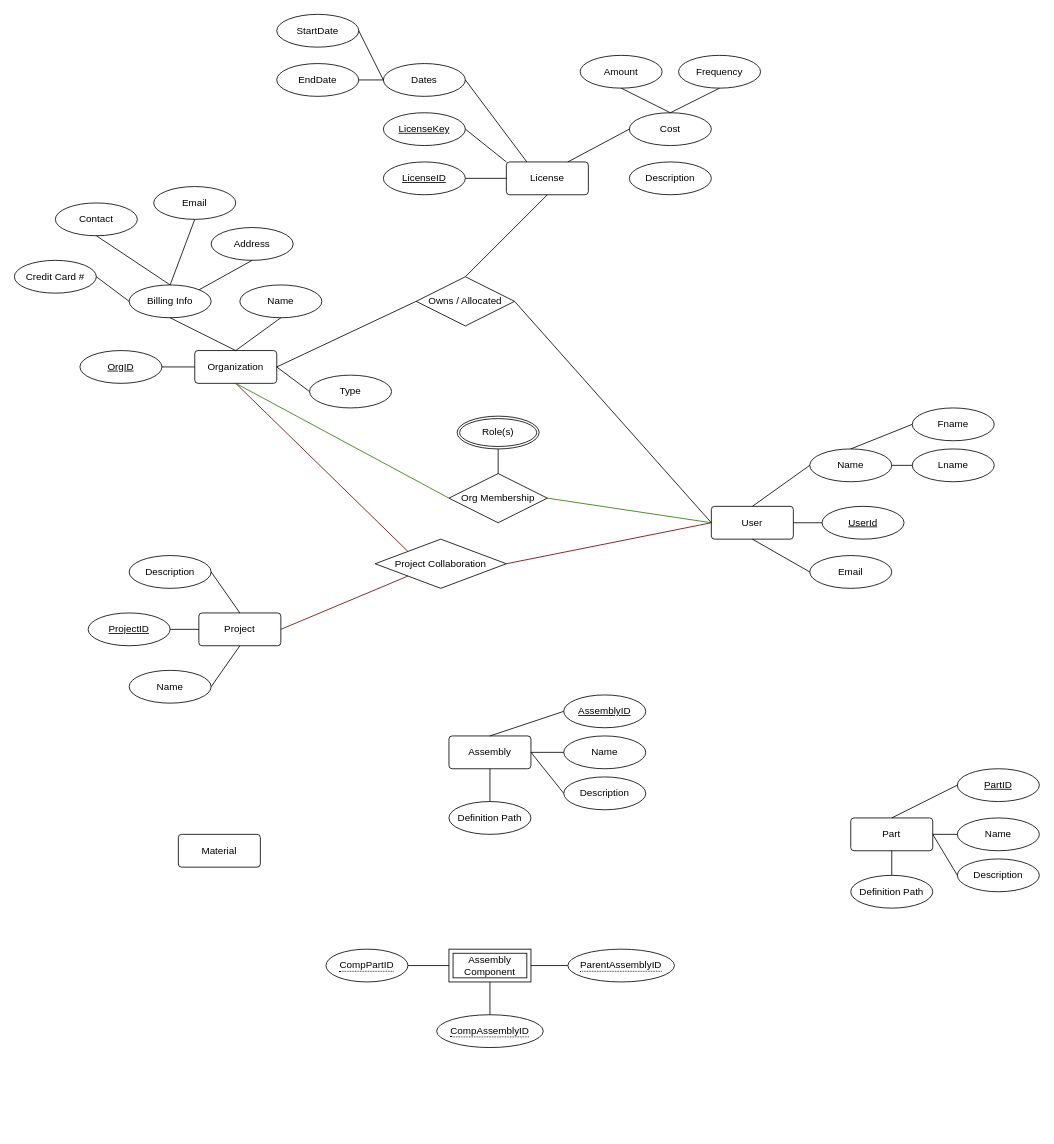
The draw.io diagram DBfinal.drawio in EricOrrDev/Diagrams, before the edit. Source tidied: cells renumbered, new cells numbered last; positions are measured from the earlier drawing's top-left corner, leaving out a move shared by most shapes. Both pictures are drawn from the tidied source at 82%, with x=0, y=0 at pixel (14, 14).
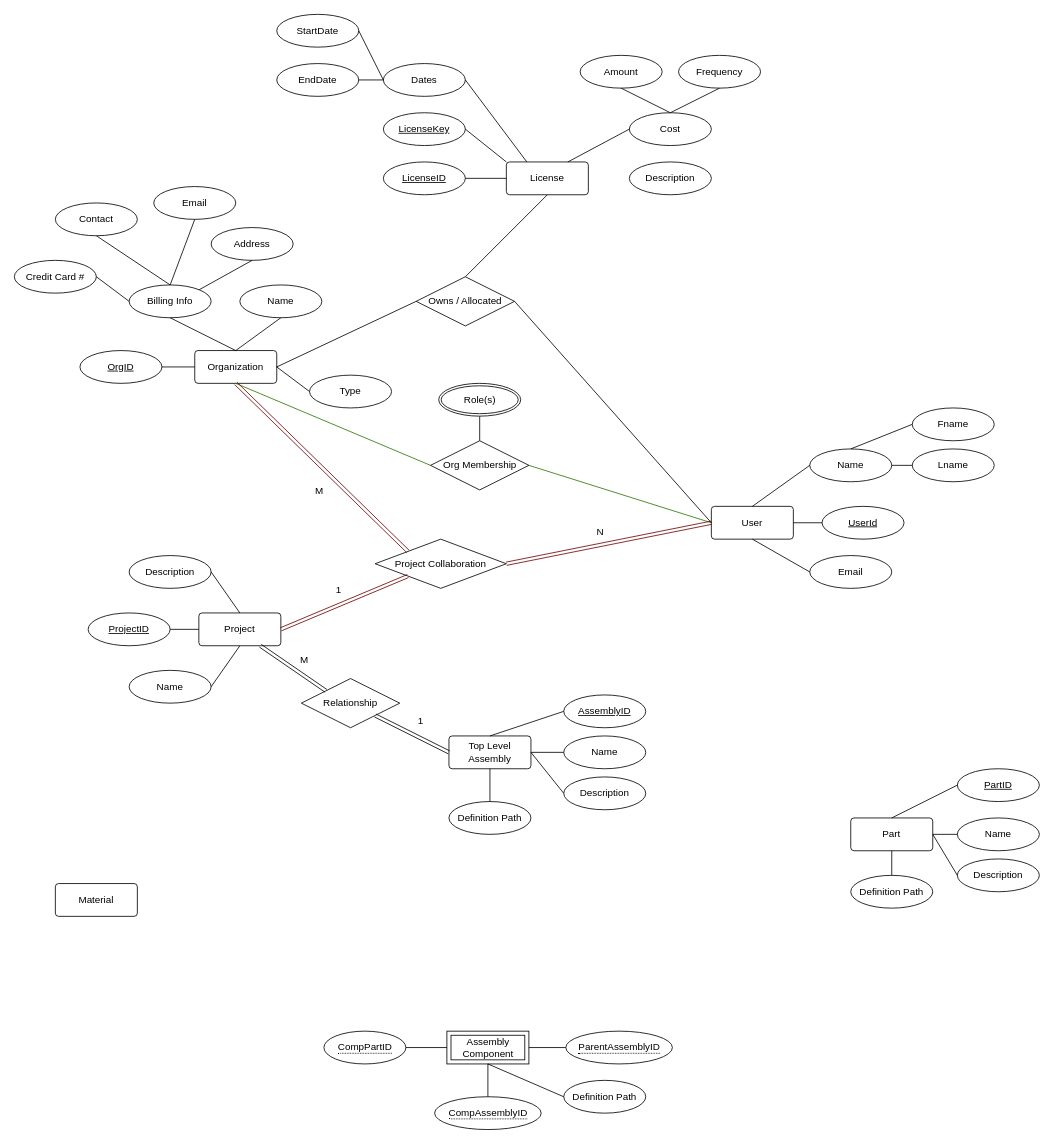
The same diagram, later.

Unchanged cells that the change refers to:
```xml
<mxCell id="4" value="&lt;div&gt;Organization&lt;/div&gt;" style="rounded=1;arcSize=10;whiteSpace=wrap;html=1;align=center;" parent="3" vertex="1">
  <mxGeometry x="220" y="200" width="100" height="40" as="geometry" />
</mxCell>
<mxCell id="20" value="User" style="rounded=1;arcSize=10;whiteSpace=wrap;html=1;align=center;" parent="19" vertex="1">
  <mxGeometry y="120" width="100" height="40" as="geometry" />
</mxCell>
<mxCell id="31" value="Project Collaboration" style="shape=rhombus;perimeter=rhombusPerimeter;whiteSpace=wrap;html=1;align=center;" parent="1" vertex="1">
  <mxGeometry x="440" y="640" width="160" height="60" as="geometry" />
</mxCell>
<mxCell id="36" value="&lt;div&gt;Project&lt;/div&gt;" style="rounded=1;arcSize=10;whiteSpace=wrap;html=1;align=center;" parent="35" vertex="1">
  <mxGeometry x="135" y="70" width="100" height="40" as="geometry" />
</mxCell>
<mxCell id="73" style="group;" parent="1" vertex="1">
  <mxGeometry x="530" y="830" width="240" height="170" as="geometry" />
</mxCell>
```

What changed in the source:
```diff
@@
     <mxCell id="2" value="Material" style="rounded=1;arcSize=10;whiteSpace=wrap;html=1;align=center;" parent="1" vertex="1">
-      <mxGeometry x="200" y="1000" width="100" height="40" as="geometry" />
+      <mxGeometry x="50" y="1060" width="100" height="40" as="geometry" />
     </mxCell>
@@
-    <mxCell id="32" style="endArrow=none;html=1;rounded=0;exitX=1;exitY=0.5;exitDx=0;exitDy=0;entryX=0;entryY=1;entryDx=0;entryDy=0;fillColor=#a20025;strokeColor=#6F0000;" parent="1" edge="1" source="36" target="31">
-      <mxGeometry relative="1" as="geometry" />
-    </mxCell>
-    <mxCell id="33" style="endArrow=none;html=1;rounded=0;exitX=0.5;exitY=1;exitDx=0;exitDy=0;entryX=0;entryY=0;entryDx=0;entryDy=0;fillColor=#a20025;strokeColor=#6F0000;" parent="1" edge="1" source="4" target="31">
-      <mxGeometry relative="1" as="geometry" />
-    </mxCell>
-    <mxCell id="34" style="endArrow=none;html=1;rounded=0;exitX=1;exitY=0.5;exitDx=0;exitDy=0;entryX=0;entryY=0.5;entryDx=0;entryDy=0;fillColor=#a20025;strokeColor=#6F0000;" parent="1" edge="1" source="31" target="20">
-      <mxGeometry relative="1" as="geometry" />
-    </mxCell>
@@
     <mxCell id="48" style="group;" parent="1" vertex="1">
-      <mxGeometry x="530" y="490" width="120" height="130" as="geometry" />
+      <mxGeometry x="507.5" y="450" width="120" height="130" as="geometry" />
     </mxCell>
@@
-    <mxCell id="74" value="Assembly" style="rounded=1;arcSize=10;whiteSpace=wrap;html=1;align=center;" parent="73" vertex="1">
+    <mxCell id="74" value="Top Level Assembly" style="rounded=1;arcSize=10;whiteSpace=wrap;html=1;align=center;" parent="73" vertex="1">
       <mxGeometry y="50" width="100" height="40" as="geometry" />
     </mxCell>
@@
+    <mxCell id="100" value="Relationship" style="shape=rhombus;perimeter=rhombusPerimeter;whiteSpace=wrap;html=1;align=center;" parent="1" vertex="1">
+      <mxGeometry x="350" y="810" width="120" height="60" as="geometry" />
+    </mxCell>
+    <mxCell id="101" style="shape=link;html=1;rounded=0;entryX=0;entryY=0.5;entryDx=0;entryDy=0;exitX=1;exitY=1;exitDx=0;exitDy=0;" parent="1" edge="1" source="100" target="74">
+      <mxGeometry relative="1" as="geometry" />
+    </mxCell>
+    <mxCell id="102" value="1" style="html=1;whiteSpace=wrap;align=right;verticalAlign=bottom;" parent="101" vertex="1">
+      <mxGeometry x="1" relative="1" as="geometry">
+        <mxPoint x="-30" y="-30" as="offset" />
+      </mxGeometry>
+    </mxCell>
+    <mxCell id="103" style="shape=link;html=1;rounded=0;entryX=0;entryY=0;entryDx=0;entryDy=0;exitX=0.75;exitY=1;exitDx=0;exitDy=0;" parent="1" edge="1" source="36" target="100">
+      <mxGeometry relative="1" as="geometry" />
+    </mxCell>
+    <mxCell id="104" value="M" style="html=1;whiteSpace=wrap;align=right;verticalAlign=bottom;" parent="103" vertex="1">
+      <mxGeometry x="1" relative="1" as="geometry">
+        <mxPoint x="-20" y="-30" as="offset" />
+      </mxGeometry>
+    </mxCell>
+    <mxCell id="32" style="shape=link;html=1;rounded=0;exitX=1;exitY=0.5;exitDx=0;exitDy=0;entryX=0;entryY=1;entryDx=0;entryDy=0;fillColor=#a20025;strokeColor=#6F0000;" parent="1" edge="1" source="36" target="31">
+      <mxGeometry relative="1" as="geometry" />
+    </mxCell>
+    <mxCell id="105" value="1" style="html=1;whiteSpace=wrap;align=right;verticalAlign=bottom;" parent="32" vertex="1">
+      <mxGeometry x="1" relative="1" as="geometry">
+        <mxPoint x="-80" y="25" as="offset" />
+      </mxGeometry>
+    </mxCell>
+    <mxCell id="34" style="shape=link;html=1;rounded=0;exitX=1;exitY=0.5;exitDx=0;exitDy=0;entryX=0;entryY=0.5;entryDx=0;entryDy=0;fillColor=#a20025;strokeColor=#6F0000;" parent="1" edge="1" source="31" target="20">
+      <mxGeometry relative="1" as="geometry" />
+    </mxCell>
+    <mxCell id="106" value="N" style="html=1;whiteSpace=wrap;align=right;verticalAlign=bottom;" parent="34" vertex="1">
+      <mxGeometry x="1" relative="1" as="geometry">
+        <mxPoint x="-130" y="20" as="offset" />
+      </mxGeometry>
+    </mxCell>
+    <mxCell id="33" style="shape=link;html=1;rounded=0;exitX=0.5;exitY=1;exitDx=0;exitDy=0;entryX=0;entryY=0;entryDx=0;entryDy=0;fillColor=#a20025;strokeColor=#6F0000;" parent="1" edge="1" source="4" target="31">
+      <mxGeometry relative="1" as="geometry" />
+    </mxCell>
+    <mxCell id="107" value="M" style="html=1;whiteSpace=wrap;align=right;verticalAlign=bottom;" parent="33" vertex="1">
+      <mxGeometry x="1" relative="1" as="geometry">
+        <mxPoint x="-102" y="-65" as="offset" />
+      </mxGeometry>
+    </mxCell>
+    <mxCell id="108" style="group;" parent="1" vertex="1">
+      <mxGeometry x="377.5" y="1240" width="425" height="120" as="geometry" />
+    </mxCell>
-    <mxCell id="93" value="Assembly Component" style="shape=ext;margin=3;double=1;whiteSpace=wrap;html=1;align=center;" parent="1" vertex="1">
-      <mxGeometry x="530" y="1140" width="100" height="40" as="geometry" />
+    <mxCell id="93" value="Assembly Component" style="shape=ext;margin=3;double=1;whiteSpace=wrap;html=1;align=center;" parent="108" vertex="1">
+      <mxGeometry x="150" width="100" height="40" as="geometry" />
     </mxCell>
-    <mxCell id="94" value="&lt;span style=&quot;border-bottom: 1px dotted;&quot;&gt;ParentAssemblyID&lt;/span&gt;" style="ellipse;whiteSpace=wrap;html=1;align=center;" parent="1" vertex="1">
-      <mxGeometry x="675" y="1140" width="130" height="40" as="geometry" />
+    <mxCell id="94" value="&lt;span style=&quot;border-bottom: 1px dotted;&quot;&gt;ParentAssemblyID&lt;/span&gt;" style="ellipse;whiteSpace=wrap;html=1;align=center;" parent="108" vertex="1">
+      <mxGeometry x="295" width="130" height="40" as="geometry" />
     </mxCell>
-    <mxCell id="95" value="&lt;span style=&quot;border-bottom: 1px dotted;&quot;&gt;CompPartID&lt;/span&gt;" style="ellipse;whiteSpace=wrap;html=1;align=center;" parent="1" vertex="1">
-      <mxGeometry x="380" y="1140" width="100" height="40" as="geometry" />
+    <mxCell id="95" value="&lt;span style=&quot;border-bottom: 1px dotted;&quot;&gt;CompPartID&lt;/span&gt;" style="ellipse;whiteSpace=wrap;html=1;align=center;" parent="108" vertex="1">
+      <mxGeometry width="100" height="40" as="geometry" />
     </mxCell>
-    <mxCell id="96" value="&lt;span style=&quot;border-bottom: 1px dotted;&quot;&gt;CompAssemblyID&lt;/span&gt;" style="ellipse;whiteSpace=wrap;html=1;align=center;" parent="1" vertex="1">
-      <mxGeometry x="515" y="1220" width="130" height="40" as="geometry" />
+    <mxCell id="96" value="&lt;span style=&quot;border-bottom: 1px dotted;&quot;&gt;CompAssemblyID&lt;/span&gt;" style="ellipse;whiteSpace=wrap;html=1;align=center;" parent="108" vertex="1">
+      <mxGeometry x="135" y="80" width="130" height="40" as="geometry" />
     </mxCell>
-    <mxCell id="97" style="endArrow=none;html=1;rounded=0;exitX=1;exitY=0.5;exitDx=0;exitDy=0;entryX=0;entryY=0.5;entryDx=0;entryDy=0;" parent="1" edge="1" source="95" target="93">
+    <mxCell id="97" style="endArrow=none;html=1;rounded=0;exitX=1;exitY=0.5;exitDx=0;exitDy=0;entryX=0;entryY=0.5;entryDx=0;entryDy=0;" parent="108" edge="1" source="95" target="93">
       <mxGeometry relative="1" as="geometry" />
     </mxCell>
-    <mxCell id="98" style="endArrow=none;html=1;rounded=0;exitX=0.5;exitY=0;exitDx=0;exitDy=0;entryX=0.5;entryY=1;entryDx=0;entryDy=0;" parent="1" edge="1" source="96" target="93">
+    <mxCell id="98" style="endArrow=none;html=1;rounded=0;exitX=0.5;exitY=0;exitDx=0;exitDy=0;entryX=0.5;entryY=1;entryDx=0;entryDy=0;" parent="108" edge="1" source="96" target="93">
       <mxGeometry relative="1" as="geometry" />
     </mxCell>
-    <mxCell id="99" style="endArrow=none;html=1;rounded=0;exitX=0;exitY=0.5;exitDx=0;exitDy=0;entryX=1;entryY=0.5;entryDx=0;entryDy=0;" parent="1" edge="1" source="94" target="93">
+    <mxCell id="99" style="endArrow=none;html=1;rounded=0;exitX=0;exitY=0.5;exitDx=0;exitDy=0;entryX=1;entryY=0.5;entryDx=0;entryDy=0;" parent="108" edge="1" source="94" target="93">
       <mxGeometry relative="1" as="geometry" />
     </mxCell>
+    <mxCell id="109" value="Definition Path" style="ellipse;whiteSpace=wrap;html=1;align=center;" parent="108" vertex="1">
+      <mxGeometry x="292.5" y="60" width="100" height="40" as="geometry" />
+    </mxCell>
+    <mxCell id="110" style="endArrow=none;html=1;rounded=0;exitX=0;exitY=0.5;exitDx=0;exitDy=0;entryX=0.5;entryY=1;entryDx=0;entryDy=0;" parent="108" edge="1" source="109" target="93">
+      <mxGeometry relative="1" as="geometry" />
+    </mxCell>
```
